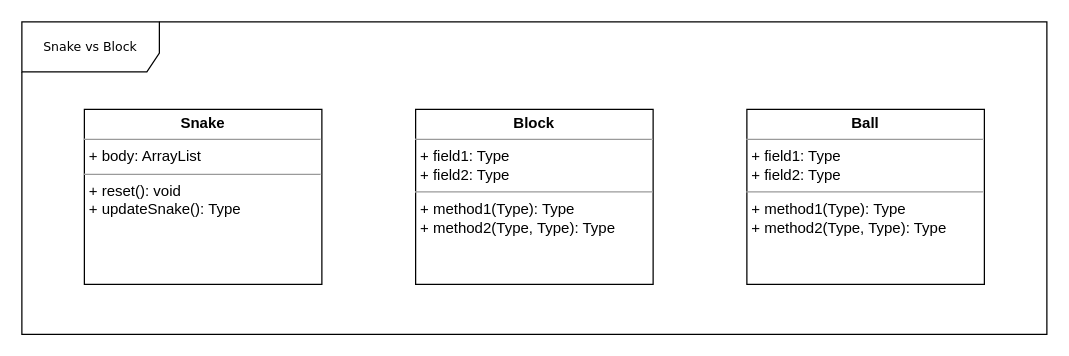
CarolineStansberry/apcsa_material keeps this draw.io diagram as Untitled Diagram.drawio. Above is the earlier version. Source tidied: cells renumbered, new cells numbered last; positions are measured from the earlier drawing's top-left corner, leaving out a move shared by most shapes. Both pictures are drawn from the tidied source at 125%, with x=0, y=0 at pixel (21, 21).
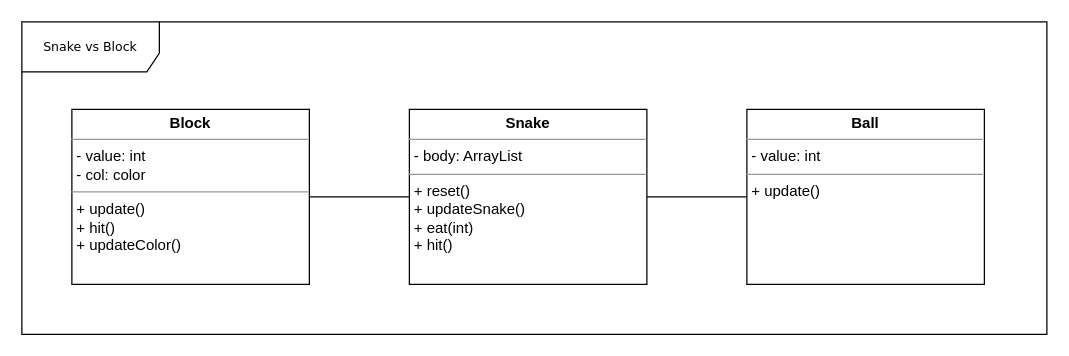
Above is the later version.

Commit message:
rough draft

The edit, as a diff of the source:
```diff
@@
 <mxGraphModel>
   <root>
     <mxCell id="0" />
     <mxCell id="1" parent="0" />
     <mxCell id="2" value="Snake vs Block" style="shape=umlFrame;whiteSpace=wrap;html=1;rounded=0;shadow=0;comic=0;labelBackgroundColor=none;strokeWidth=1;fontFamily=Verdana;fontSize=10;align=center;width=110;height=40;" parent="1" vertex="1">
       <mxGeometry width="820" height="250" as="geometry" />
     </mxCell>
+    <mxCell id="6" style="edgeStyle=orthogonalEdgeStyle;rounded=0;jettySize=auto;html=1;endArrow=none;endFill=0;" parent="1" edge="1" source="3" target="4">
+      <mxGeometry relative="1" as="geometry" />
+    </mxCell>
+    <mxCell id="7" style="edgeStyle=orthogonalEdgeStyle;rounded=0;jettySize=auto;html=1;endArrow=none;endFill=0;" parent="1" edge="1" source="3" target="5">
+      <mxGeometry relative="1" as="geometry" />
+    </mxCell>
-    <mxCell id="3" value="&lt;p style=&quot;margin:0px;margin-top:4px;text-align:center;&quot;&gt;&lt;b&gt;Snake&lt;/b&gt;&lt;/p&gt;&lt;hr size=&quot;1&quot;&gt;&lt;p style=&quot;margin:0px;margin-left:4px;&quot;&gt;+ body: ArrayList&lt;/p&gt;&lt;hr size=&quot;1&quot;&gt;&lt;p style=&quot;margin:0px;margin-left:4px;&quot;&gt;+ reset(): void&lt;br&gt;+ updateSnake(): Type&lt;/p&gt;" style="verticalAlign=top;align=left;overflow=fill;fontSize=12;fontFamily=Helvetica;html=1;rounded=0;shadow=0;comic=0;labelBackgroundColor=none;strokeWidth=1;" parent="1" vertex="1">
-      <mxGeometry x="50" y="70" width="190" height="140" as="geometry" />
+    <mxCell id="3" value="&lt;p style=&quot;margin:0px;margin-top:4px;text-align:center;&quot;&gt;&lt;b&gt;Snake&lt;/b&gt;&lt;/p&gt;&lt;hr size=&quot;1&quot;&gt;&lt;p style=&quot;margin:0px;margin-left:4px;&quot;&gt;- body: ArrayList&lt;/p&gt;&lt;hr size=&quot;1&quot;&gt;&lt;p style=&quot;margin:0px;margin-left:4px;&quot;&gt;+ reset()&lt;br&gt;+ updateSnake()&lt;/p&gt;&lt;p style=&quot;margin:0px;margin-left:4px;&quot;&gt;+ eat(int)&lt;/p&gt;&lt;p style=&quot;margin:0px;margin-left:4px;&quot;&gt;+ hit()&lt;/p&gt;" style="verticalAlign=top;align=left;overflow=fill;fontSize=12;fontFamily=Helvetica;html=1;rounded=0;shadow=0;comic=0;labelBackgroundColor=none;strokeWidth=1;" parent="1" vertex="1">
+      <mxGeometry x="310" y="70" width="190" height="140" as="geometry" />
     </mxCell>
-    <mxCell id="4" value="&lt;p style=&quot;margin:0px;margin-top:4px;text-align:center;&quot;&gt;&lt;b&gt;Block&lt;/b&gt;&lt;/p&gt;&lt;hr size=&quot;1&quot;&gt;&lt;p style=&quot;margin:0px;margin-left:4px;&quot;&gt;+ field1: Type&lt;br&gt;+ field2: Type&lt;/p&gt;&lt;hr size=&quot;1&quot;&gt;&lt;p style=&quot;margin:0px;margin-left:4px;&quot;&gt;+ method1(Type): Type&lt;br&gt;+ method2(Type, Type): Type&lt;/p&gt;" style="verticalAlign=top;align=left;overflow=fill;fontSize=12;fontFamily=Helvetica;html=1;rounded=0;shadow=0;comic=0;labelBackgroundColor=none;strokeWidth=1;" parent="1" vertex="1">
-      <mxGeometry x="315" y="70" width="190" height="140" as="geometry" />
+    <mxCell id="4" value="&lt;p style=&quot;margin:0px;margin-top:4px;text-align:center;&quot;&gt;&lt;b&gt;Block&lt;/b&gt;&lt;/p&gt;&lt;hr size=&quot;1&quot;&gt;&lt;p style=&quot;margin:0px;margin-left:4px;&quot;&gt;- value: int&lt;br&gt;- col: color&lt;/p&gt;&lt;hr size=&quot;1&quot;&gt;&lt;p style=&quot;margin:0px;margin-left:4px;&quot;&gt;+ update()&lt;br&gt;+ hit()&lt;/p&gt;&lt;p style=&quot;margin:0px;margin-left:4px;&quot;&gt;+ updateColor()&lt;/p&gt;" style="verticalAlign=top;align=left;overflow=fill;fontSize=12;fontFamily=Helvetica;html=1;rounded=0;shadow=0;comic=0;labelBackgroundColor=none;strokeWidth=1;" parent="1" vertex="1">
+      <mxGeometry x="40" y="70" width="190" height="140" as="geometry" />
     </mxCell>
-    <mxCell id="5" value="&lt;p style=&quot;margin:0px;margin-top:4px;text-align:center;&quot;&gt;&lt;b&gt;Ball&lt;/b&gt;&lt;/p&gt;&lt;hr size=&quot;1&quot;&gt;&lt;p style=&quot;margin:0px;margin-left:4px;&quot;&gt;+ field1: Type&lt;br&gt;+ field2: Type&lt;/p&gt;&lt;hr size=&quot;1&quot;&gt;&lt;p style=&quot;margin:0px;margin-left:4px;&quot;&gt;+ method1(Type): Type&lt;br&gt;+ method2(Type, Type): Type&lt;/p&gt;" style="verticalAlign=top;align=left;overflow=fill;fontSize=12;fontFamily=Helvetica;html=1;rounded=0;shadow=0;comic=0;labelBackgroundColor=none;strokeWidth=1;" parent="1" vertex="1">
+    <mxCell id="5" value="&lt;p style=&quot;margin:0px;margin-top:4px;text-align:center;&quot;&gt;&lt;b&gt;Ball&lt;/b&gt;&lt;/p&gt;&lt;hr size=&quot;1&quot;&gt;&lt;p style=&quot;margin:0px;margin-left:4px;&quot;&gt;- value: int&lt;/p&gt;&lt;hr size=&quot;1&quot;&gt;&lt;p style=&quot;margin:0px;margin-left:4px;&quot;&gt;+ update()&lt;/p&gt;" style="verticalAlign=top;align=left;overflow=fill;fontSize=12;fontFamily=Helvetica;html=1;rounded=0;shadow=0;comic=0;labelBackgroundColor=none;strokeWidth=1;" parent="1" vertex="1">
       <mxGeometry x="580" y="70" width="190" height="140" as="geometry" />
     </mxCell>
   </root>
 </mxGraphModel>
```
